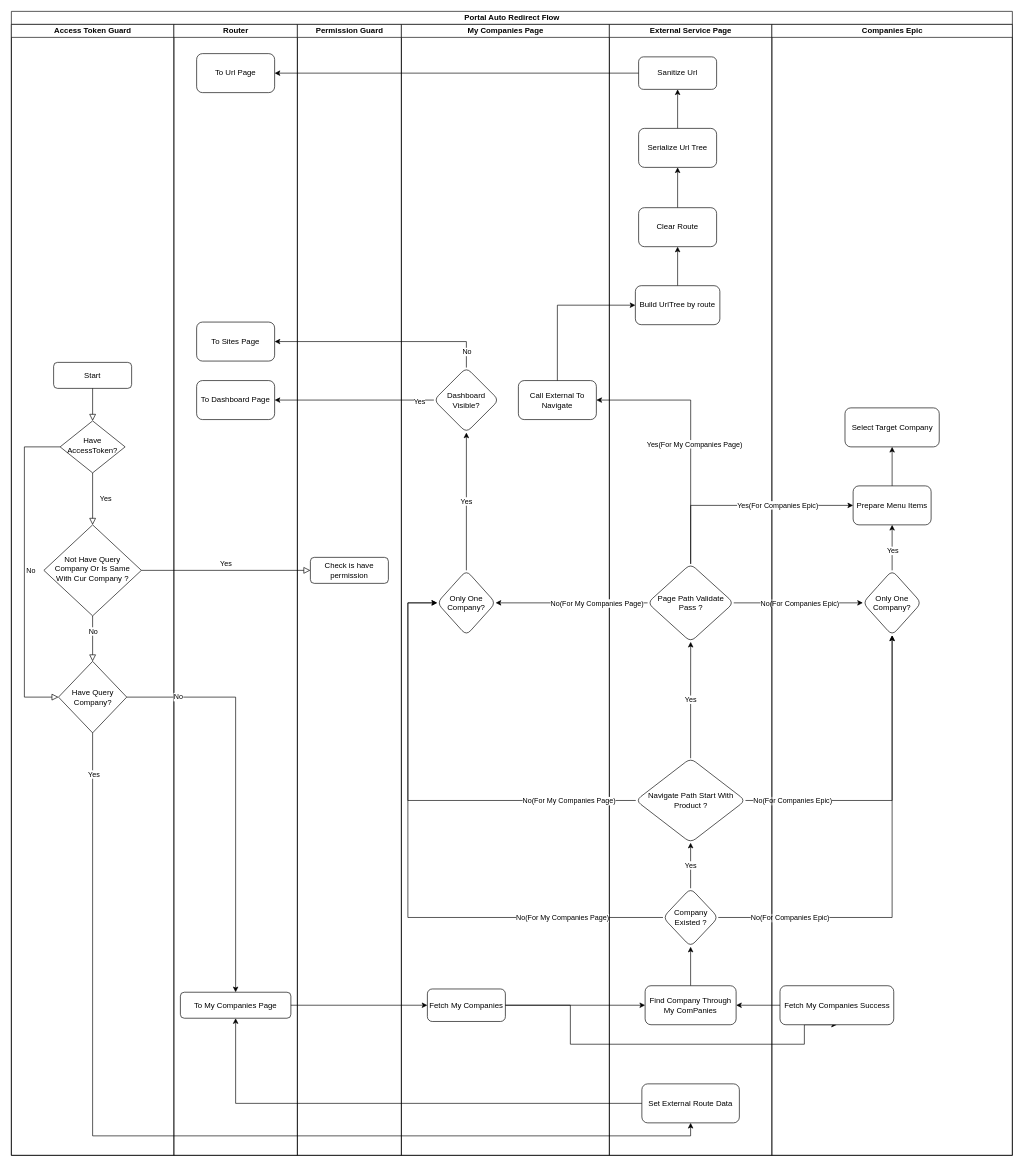
Before: Portal-Auto-Redirect-Flow.drawio in SmileSB1O1/draw-active, a draw.io diagram. Source tidied: cells renumbered, new cells numbered last; positions are measured from the earlier drawing's top-left corner, leaving out a move shared by most shapes. Both pictures are drawn from the tidied source at 65%, with x=0, y=0 at pixel (11, 11).
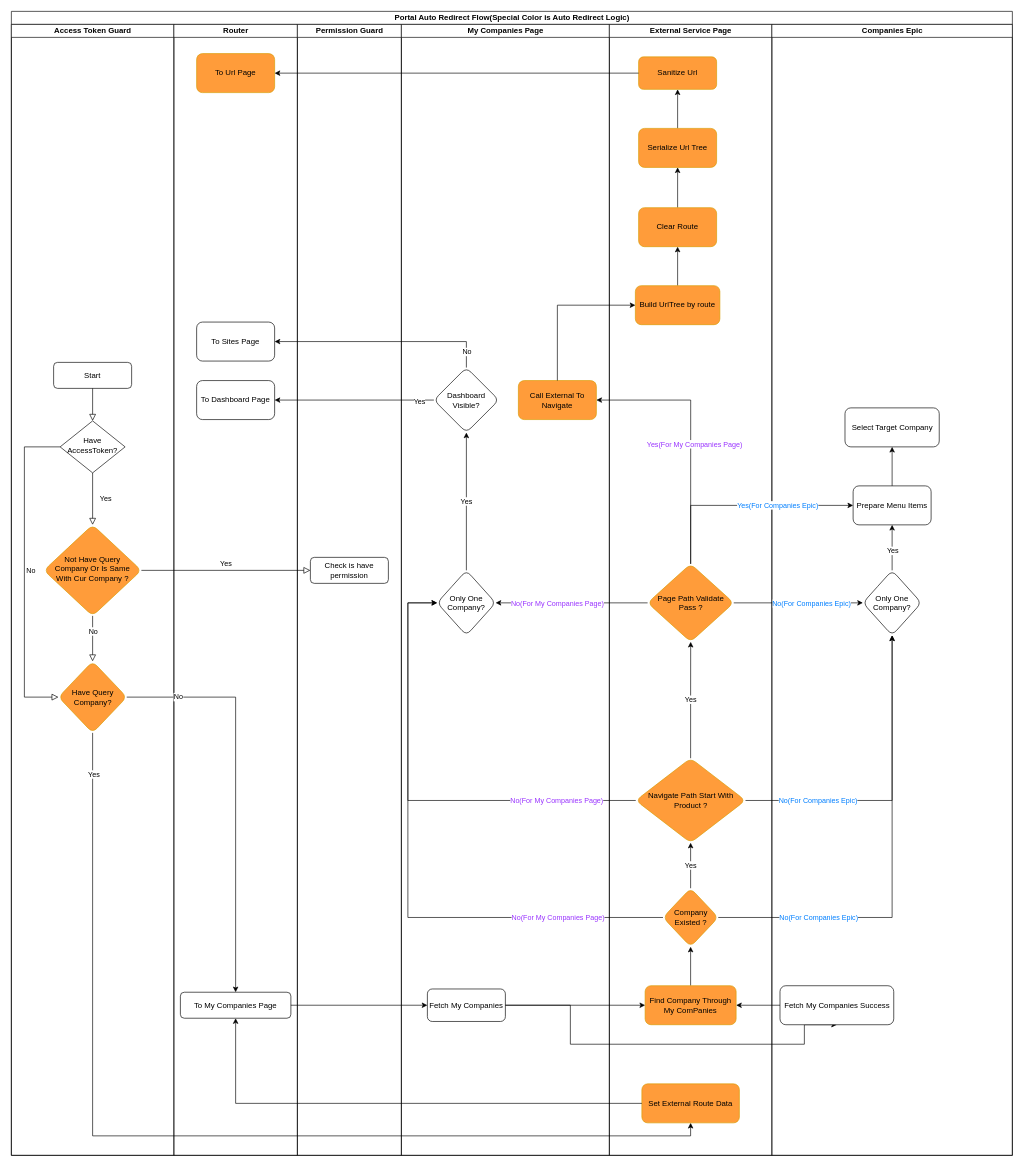
After the change.

Unchanged cells that the change refers to:
```xml
<mxCell id="3" value="Access Token Guard" style="swimlane;startSize=20;html=1;" parent="2" vertex="1">
  <mxGeometry y="20" width="250" height="1740" as="geometry" />
</mxCell>
<mxCell id="13" value="Router" style="swimlane;startSize=20;html=1;" parent="2" vertex="1">
  <mxGeometry x="250" y="20" width="190" height="1740" as="geometry" />
</mxCell>
<mxCell id="20" value="My Companies Page" style="swimlane;startSize=20;html=1;" parent="2" vertex="1">
  <mxGeometry x="600" y="20" width="320" height="1740" as="geometry" />
</mxCell>
<mxCell id="35" value="External Service Page" style="swimlane;startSize=20;html=1;" parent="2" vertex="1">
  <mxGeometry x="920" y="20" width="250" height="1740" as="geometry" />
</mxCell>
<mxCell id="52" style="edgeStyle=orthogonalEdgeStyle;rounded=0;jettySize=auto;html=1;exitX=0;exitY=0.5;exitDx=0;exitDy=0;entryX=0;entryY=0.5;entryDx=0;entryDy=0;" parent="2" edge="1" source="47" target="23">
  <mxGeometry relative="1" as="geometry">
    <Array as="points">
      <mxPoint x="610" y="1394" />
      <mxPoint x="610" y="910" />
    </Array>
  </mxGeometry>
</mxCell>
<mxCell id="54" style="edgeStyle=orthogonalEdgeStyle;rounded=0;jettySize=auto;html=1;exitX=0;exitY=0.5;exitDx=0;exitDy=0;entryX=0;entryY=0.5;entryDx=0;entryDy=0;" parent="2" edge="1" source="49" target="23">
  <mxGeometry relative="1" as="geometry">
    <Array as="points">
      <mxPoint x="610" y="1214" />
      <mxPoint x="610" y="910" />
    </Array>
  </mxGeometry>
</mxCell>
<mxCell id="56" style="edgeStyle=orthogonalEdgeStyle;rounded=0;jettySize=auto;html=1;exitX=0;exitY=0.5;exitDx=0;exitDy=0;entryX=1;entryY=0.5;entryDx=0;entryDy=0;" parent="2" edge="1" source="50" target="23">
  <mxGeometry relative="1" as="geometry">
    <Array as="points">
      <mxPoint x="920" y="910" />
      <mxPoint x="920" y="910" />
    </Array>
  </mxGeometry>
</mxCell>
<mxCell id="58" style="edgeStyle=orthogonalEdgeStyle;rounded=0;jettySize=auto;html=1;exitX=0.5;exitY=0;exitDx=0;exitDy=0;entryX=1;entryY=0.5;entryDx=0;entryDy=0;" parent="2" edge="1" source="50" target="25">
  <mxGeometry relative="1" as="geometry" />
</mxCell>
<mxCell id="61" style="edgeStyle=orthogonalEdgeStyle;rounded=0;jettySize=auto;html=1;exitX=1;exitY=0.5;exitDx=0;exitDy=0;entryX=0.5;entryY=1;entryDx=0;entryDy=0;" parent="2" edge="1" source="47" target="76">
  <mxGeometry relative="1" as="geometry" />
</mxCell>
<mxCell id="63" style="edgeStyle=orthogonalEdgeStyle;rounded=0;jettySize=auto;html=1;exitX=1;exitY=0.5;exitDx=0;exitDy=0;entryX=0.5;entryY=1;entryDx=0;entryDy=0;" parent="2" edge="1" source="49" target="76">
  <mxGeometry relative="1" as="geometry" />
</mxCell>
<mxCell id="65" style="edgeStyle=orthogonalEdgeStyle;rounded=0;jettySize=auto;html=1;exitX=1;exitY=0.5;exitDx=0;exitDy=0;" parent="2" edge="1" source="50" target="76">
  <mxGeometry relative="1" as="geometry" />
</mxCell>
<mxCell id="80" style="edgeStyle=orthogonalEdgeStyle;rounded=0;jettySize=auto;html=1;exitX=0.5;exitY=0;exitDx=0;exitDy=0;entryX=0;entryY=0.5;entryDx=0;entryDy=0;" parent="2" edge="1" source="50" target="78">
  <mxGeometry relative="1" as="geometry" />
</mxCell>
```

Diff of the diagram source:
```diff
@@
-    <mxCell id="2" value="Portal Auto Redirect Flow" style="swimlane;startSize=20;html=1;" parent="1" vertex="1">
+    <mxCell id="2" value="Portal Auto Redirect Flow(Special Color is Auto Redirect Logic)" style="swimlane;startSize=20;html=1;" parent="1" vertex="1">
       <mxGeometry width="1540" height="1760" as="geometry" />
     </mxCell>
@@
-    <mxCell id="7" value="Have Query Company?" style="rhombus;whiteSpace=wrap;html=1;" parent="3" vertex="1">
+    <mxCell id="7" value="Have Query Company?" style="rhombus;whiteSpace=wrap;html=1;rounded=1;strokeColor=#d79b00;align=center;verticalAlign=middle;fontFamily=Helvetica;fontSize=12;fontColor=default;fillColor=#FF9C3A;" parent="3" vertex="1">
       <mxGeometry x="72.5" y="980" width="105" height="110" as="geometry" />
     </mxCell>
@@
-    <mxCell id="9" value="Not Have Query Company Or Is Same With Cur Company ?" style="rhombus;whiteSpace=wrap;html=1;shadow=0;fontFamily=Helvetica;fontSize=12;align=center;strokeWidth=1;spacing=6;spacingTop=-4;" parent="3" vertex="1">
+    <mxCell id="9" value="Not Have Query Company Or Is Same With Cur Company ?" style="rhombus;whiteSpace=wrap;html=1;shadow=0;fontFamily=Helvetica;fontSize=12;align=center;strokeWidth=1;spacing=6;spacingTop=-4;rounded=1;strokeColor=#d79b00;verticalAlign=middle;fontColor=default;fillColor=#FF9C3A;" parent="3" vertex="1">
       <mxGeometry x="50" y="770" width="150" height="140" as="geometry" />
     </mxCell>
@@
-    <mxCell id="17" value="To Url Page" style="rounded=1;whiteSpace=wrap;html=1;" parent="13" vertex="1">
+    <mxCell id="17" value="To Url Page" style="rounded=1;whiteSpace=wrap;html=1;strokeColor=#d79b00;align=center;verticalAlign=middle;fontFamily=Helvetica;fontSize=12;fontColor=default;fillColor=#FF9C3A;" parent="13" vertex="1">
       <mxGeometry x="35" y="45" width="120" height="60" as="geometry" />
     </mxCell>
@@
-    <mxCell id="25" value="Call External To Navigate" style="rounded=1;whiteSpace=wrap;html=1;" parent="20" vertex="1">
+    <mxCell id="25" value="Call External To Navigate" style="rounded=1;whiteSpace=wrap;html=1;strokeColor=#d79b00;align=center;verticalAlign=middle;fontFamily=Helvetica;fontSize=12;fontColor=default;fillColor=#FF9C3A;" parent="20" vertex="1">
       <mxGeometry x="180" y="548" width="120" height="60" as="geometry" />
     </mxCell>
@@
-    <mxCell id="37" value="Build UrlTree by route" style="rounded=1;whiteSpace=wrap;html=1;" parent="35" vertex="1">
+    <mxCell id="37" value="Build UrlTree by route" style="rounded=1;whiteSpace=wrap;html=1;strokeColor=#d79b00;align=center;verticalAlign=middle;fontFamily=Helvetica;fontSize=12;fontColor=default;fillColor=#FF9C3A;" parent="35" vertex="1">
       <mxGeometry x="40" y="402" width="130" height="60" as="geometry" />
     </mxCell>
-    <mxCell id="38" value="Set External Route Data" style="rounded=1;whiteSpace=wrap;html=1;" parent="35" vertex="1">
+    <mxCell id="38" value="Set External Route Data" style="rounded=1;whiteSpace=wrap;html=1;strokeColor=#d79b00;align=center;verticalAlign=middle;fontFamily=Helvetica;fontSize=12;fontColor=default;fillColor=#FF9C3A;" parent="35" vertex="1">
       <mxGeometry x="50" y="1630" width="150" height="60" as="geometry" />
     </mxCell>
@@
-    <mxCell id="40" value="Serialize Url Tree" style="rounded=1;whiteSpace=wrap;html=1;" parent="35" vertex="1">
+    <mxCell id="40" value="Serialize Url Tree" style="rounded=1;whiteSpace=wrap;html=1;strokeColor=#d79b00;align=center;verticalAlign=middle;fontFamily=Helvetica;fontSize=12;fontColor=default;fillColor=#FF9C3A;" parent="35" vertex="1">
       <mxGeometry x="45" y="160" width="120" height="60" as="geometry" />
     </mxCell>
@@
-    <mxCell id="42" value="Clear Route" style="whiteSpace=wrap;html=1;rounded=1;" parent="35" vertex="1">
+    <mxCell id="42" value="Clear Route" style="whiteSpace=wrap;html=1;rounded=1;strokeColor=#d79b00;align=center;verticalAlign=middle;fontFamily=Helvetica;fontSize=12;fontColor=default;fillColor=#FF9C3A;" parent="35" vertex="1">
       <mxGeometry x="45" y="282" width="120" height="60" as="geometry" />
     </mxCell>
-    <mxCell id="43" value="Sanitize Url" style="whiteSpace=wrap;html=1;rounded=1;" parent="35" vertex="1">
+    <mxCell id="43" value="Sanitize Url" style="whiteSpace=wrap;html=1;rounded=1;strokeColor=#d79b00;align=center;verticalAlign=middle;fontFamily=Helvetica;fontSize=12;fontColor=default;fillColor=#FF9C3A;" parent="35" vertex="1">
       <mxGeometry x="45" y="50" width="120" height="50" as="geometry" />
     </mxCell>
@@
-    <mxCell id="45" value="Find Company Through My ComPanies" style="rounded=1;whiteSpace=wrap;html=1;" parent="35" vertex="1">
+    <mxCell id="45" value="Find Company Through My ComPanies" style="rounded=1;whiteSpace=wrap;html=1;fillColor=#FF9C3A;strokeColor=#d79b00;" parent="35" vertex="1">
       <mxGeometry x="55" y="1479" width="140" height="60" as="geometry" />
     </mxCell>
@@
-    <mxCell id="47" value="Company Existed ?" style="rhombus;whiteSpace=wrap;html=1;rounded=1;" parent="35" vertex="1">
+    <mxCell id="47" value="Company Existed ?" style="rhombus;whiteSpace=wrap;html=1;rounded=1;strokeColor=#d79b00;align=center;verticalAlign=middle;fontFamily=Helvetica;fontSize=12;fontColor=default;fillColor=#FF9C3A;" parent="35" vertex="1">
       <mxGeometry x="82.5" y="1329" width="85" height="90" as="geometry" />
     </mxCell>
@@
-    <mxCell id="49" value="Navigate Path Start With Product ?" style="rhombus;whiteSpace=wrap;html=1;rounded=1;" parent="35" vertex="1">
+    <mxCell id="49" value="Navigate Path Start With Product ?" style="rhombus;whiteSpace=wrap;html=1;rounded=1;strokeColor=#d79b00;align=center;verticalAlign=middle;fontFamily=Helvetica;fontSize=12;fontColor=default;fillColor=#FF9C3A;" parent="35" vertex="1">
       <mxGeometry x="40.6" y="1129" width="168.8" height="130" as="geometry" />
     </mxCell>
-    <mxCell id="50" value="Page Path Validate Pass ?" style="rhombus;whiteSpace=wrap;html=1;rounded=1;" parent="35" vertex="1">
+    <mxCell id="50" value="Page Path Validate Pass ?" style="rhombus;whiteSpace=wrap;html=1;rounded=1;strokeColor=#d79b00;align=center;verticalAlign=middle;fontFamily=Helvetica;fontSize=12;fontColor=default;fillColor=#FF9C3A;" parent="35" vertex="1">
       <mxGeometry x="58.8" y="830" width="132.5" height="120" as="geometry" />
     </mxCell>
@@
-    <mxCell id="53" value="No(For My Companies Page)" style="edgeLabel;html=1;align=center;verticalAlign=middle;" parent="52" vertex="1">
+    <mxCell id="53" value="No(For My Companies Page)" style="edgeLabel;html=1;align=center;verticalAlign=middle;fontColor=#9933FF;" parent="52" vertex="1">
       <mxGeometry x="-0.89" relative="1" as="geometry">
-        <mxPoint x="-104" as="offset" />
+        <mxPoint x="-111" as="offset" />
       </mxGeometry>
     </mxCell>
@@
-    <mxCell id="55" value="No(For My Companies Page)" style="edgeLabel;html=1;align=center;verticalAlign=middle;" parent="54" vertex="1">
+    <mxCell id="55" value="No(For My Companies Page)" style="edgeLabel;html=1;align=center;verticalAlign=middle;fontColor=#9933FF;" parent="54" vertex="1">
       <mxGeometry x="-0.87" relative="1" as="geometry">
-        <mxPoint x="-58" as="offset" />
+        <mxPoint x="-77" as="offset" />
       </mxGeometry>
     </mxCell>
@@
-    <mxCell id="57" value="No(For My Companies Page)" style="edgeLabel;html=1;align=center;verticalAlign=middle;" parent="56" vertex="1">
+    <mxCell id="57" value="No(For My Companies Page)" style="edgeLabel;html=1;align=center;verticalAlign=middle;fontColor=#9933FF;" parent="56" vertex="1">
       <mxGeometry x="-0.91" relative="1" as="geometry">
-        <mxPoint x="-67" as="offset" />
+        <mxPoint x="-128" as="offset" />
       </mxGeometry>
     </mxCell>
@@
-    <mxCell id="59" value="Yes(For My Companies Page)" style="edgeLabel;html=1;align=center;verticalAlign=middle;" parent="58" vertex="1">
+    <mxCell id="59" value="Yes(For My Companies Page)" style="edgeLabel;html=1;align=center;verticalAlign=middle;fontColor=#9933FF;" parent="58" vertex="1">
       <mxGeometry x="-0.69" y="2" relative="1" as="geometry">
         <mxPoint x="7" y="-122" as="offset" />
       </mxGeometry>
     </mxCell>
@@
-    <mxCell id="62" value="No(For Companies Epic)" style="edgeLabel;html=1;align=center;verticalAlign=middle;" parent="61" vertex="1">
+    <mxCell id="62" value="No(For Companies Epic)" style="edgeLabel;html=1;align=center;verticalAlign=middle;fontColor=#007FFF;" parent="61" vertex="1">
       <mxGeometry x="-0.77" relative="1" as="geometry">
-        <mxPoint x="29" as="offset" />
+        <mxPoint x="73" as="offset" />
       </mxGeometry>
     </mxCell>
@@
-    <mxCell id="64" value="No(For Companies Epic)" style="edgeLabel;html=1;align=center;verticalAlign=middle;" parent="63" vertex="1">
+    <mxCell id="64" value="No(For Companies Epic)" style="edgeLabel;html=1;align=center;verticalAlign=middle;fontColor=#007FFF;" parent="63" vertex="1">
       <mxGeometry x="-0.85" relative="1" as="geometry">
-        <mxPoint x="36" as="offset" />
+        <mxPoint x="75" as="offset" />
       </mxGeometry>
     </mxCell>
@@
-    <mxCell id="66" value="No(For Companies Epic)" style="edgeLabel;html=1;align=center;verticalAlign=middle;" parent="65" vertex="1">
+    <mxCell id="66" value="No(For Companies Epic)" style="edgeLabel;html=1;align=center;verticalAlign=middle;fontColor=#007FFF;" parent="65" vertex="1">
       <mxGeometry x="-0.15" y="1" relative="1" as="geometry">
-        <mxPoint x="17" y="1" as="offset" />
+        <mxPoint x="35" y="1" as="offset" />
       </mxGeometry>
     </mxCell>
@@
-    <mxCell id="81" value="Yes(For Companies Epic)" style="edgeLabel;html=1;align=center;verticalAlign=middle;" parent="80" vertex="1">
+    <mxCell id="81" value="Yes(For Companies Epic)" style="edgeLabel;html=1;align=center;verticalAlign=middle;fontColor=#007FFF;" parent="80" vertex="1">
       <mxGeometry x="0.31" y="1" relative="1" as="geometry" />
     </mxCell>
```
